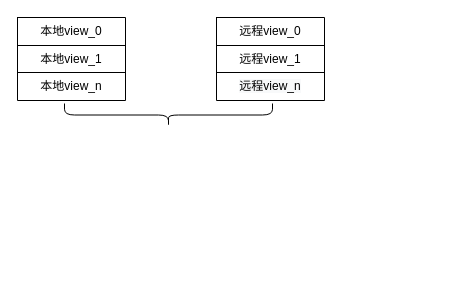
Before: 定制myers.drawio in TimerIzaya/TimerBlogPic, a draw.io diagram. Source tidied: cells renumbered, new cells numbered last; positions are measured from the earlier drawing's top-left corner, leaving out a move shared by most shapes. Both pictures are drawn from the tidied source at 100%, with x=0, y=0 at pixel (17, 17).
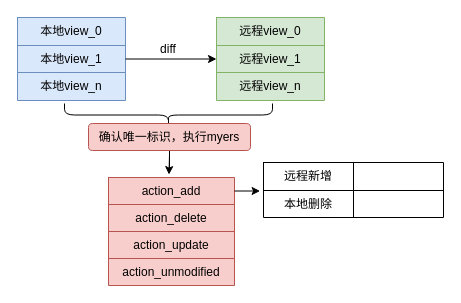
The same page after the edit.

The change refers to these unchanged cells:
```xml
<mxCell id="5" style="shape=tableRow;horizontal=0;startSize=0;swimlaneHead=0;swimlaneBody=0;top=0;left=0;bottom=0;right=0;fillColor=none;points=[[0,0.5],[1,0.5]];portConstraint=eastwest;" parent="2" vertex="1">
  <mxGeometry y="28" width="108" height="27" as="geometry" />
</mxCell>
<mxCell id="12" style="shape=tableRow;horizontal=0;startSize=0;swimlaneHead=0;swimlaneBody=0;top=0;left=0;bottom=0;right=0;fillColor=none;points=[[0,0.5],[1,0.5]];portConstraint=eastwest;" parent="9" vertex="1">
  <mxGeometry y="28" width="108" height="27" as="geometry" />
</mxCell>
<mxCell id="14" style="shape=tableRow;horizontal=0;startSize=0;swimlaneHead=0;swimlaneBody=0;top=0;left=0;bottom=0;right=0;fillColor=none;" parent="9" vertex="1">
  <mxGeometry y="55" width="108" height="28" as="geometry" />
</mxCell>
```

Change to the diagram source:
```diff
@@
-    <mxCell id="2" style="shape=table;html=1;whiteSpace=wrap;startSize=0;childLayout=tableLayout;" parent="1" vertex="1">
+    <mxCell id="2" style="shape=table;html=1;whiteSpace=wrap;startSize=0;childLayout=tableLayout;fillColor=#dae8fc;strokeColor=#6c8ebf;" parent="1" vertex="1">
       <mxGeometry width="108" height="83" as="geometry" />
     </mxCell>
@@
-    <mxCell id="9" style="shape=table;html=1;whiteSpace=wrap;startSize=0;childLayout=tableLayout;" parent="1" vertex="1">
+    <mxCell id="9" style="shape=table;html=1;whiteSpace=wrap;startSize=0;childLayout=tableLayout;fillColor=#d5e8d4;strokeColor=#82b366;" parent="1" vertex="1">
       <mxGeometry x="199" width="108" height="83" as="geometry" />
     </mxCell>
@@
-    <mxCell id="15" value="&lt;span style=&quot;color: rgb(0, 0, 0); font-family: Helvetica; font-size: 12px; font-style: normal; font-variant-ligatures: normal; font-variant-caps: normal; font-weight: 400; letter-spacing: normal; orphans: 2; text-align: center; text-indent: 0px; text-transform: none; widows: 2; word-spacing: 0px; -webkit-text-stroke-width: 0px; background-color: rgb(248, 249, 250); text-decoration-thickness: initial; text-decoration-style: initial; text-decoration-color: initial; float: none; display: inline !important;&quot;&gt;远程view_n&lt;/span&gt;" style="shape=partialRectangle;html=1;whiteSpace=wrap;fillColor=none;top=0;left=0;bottom=0;right=0;overflow=hidden;" parent="14" vertex="1">
+    <mxCell id="15" value="远程view_n" style="shape=partialRectangle;html=1;whiteSpace=wrap;fillColor=none;top=0;left=0;bottom=0;right=0;overflow=hidden;" parent="14" vertex="1">
       <mxGeometry width="108" height="28" as="geometry" />
     </mxCell>
@@
+    <mxCell id="17" style="edgeStyle=orthogonalEdgeStyle;rounded=0;jettySize=auto;html=1;" parent="1" edge="1" source="18">
+      <mxGeometry relative="1" as="geometry">
+        <mxPoint x="151.5" y="157.1" as="targetPoint" />
+      </mxGeometry>
+    </mxCell>
+    <mxCell id="18" value="确认唯一标识，执行myers" style="rounded=1;whiteSpace=wrap;html=1;fillColor=#f8cecc;strokeColor=#b85450;" parent="1" vertex="1">
+      <mxGeometry x="71" y="106" width="162" height="27" as="geometry" />
+    </mxCell>
+    <mxCell id="19" style="shape=table;html=1;whiteSpace=wrap;startSize=0;childLayout=tableLayout;fillColor=#f8cecc;strokeColor=#b85450;" parent="1" vertex="1">
+      <mxGeometry x="91" y="160" width="126" height="108" as="geometry" />
+    </mxCell>
+    <mxCell id="20" style="shape=tableRow;horizontal=0;startSize=0;swimlaneHead=0;swimlaneBody=0;top=0;left=0;bottom=0;right=0;fillColor=none;points=[[0,0.5],[1,0.5]];portConstraint=eastwest;" parent="19" vertex="1">
+      <mxGeometry width="126" height="27" as="geometry" />
+    </mxCell>
+    <mxCell id="21" value="action_add" style="shape=partialRectangle;html=1;whiteSpace=wrap;fillColor=none;top=0;left=0;bottom=0;right=0;overflow=hidden;" parent="20" vertex="1">
+      <mxGeometry width="126" height="27" as="geometry" />
+    </mxCell>
+    <mxCell id="22" style="shape=tableRow;horizontal=0;startSize=0;swimlaneHead=0;swimlaneBody=0;top=0;left=0;bottom=0;right=0;fillColor=none;" parent="19" vertex="1">
+      <mxGeometry y="27" width="126" height="27" as="geometry" />
+    </mxCell>
+    <mxCell id="23" value="action_delete" style="shape=partialRectangle;html=1;whiteSpace=wrap;fillColor=none;top=0;left=0;bottom=0;right=0;overflow=hidden;" parent="22" vertex="1">
+      <mxGeometry width="126" height="27" as="geometry" />
+    </mxCell>
+    <mxCell id="24" style="shape=tableRow;horizontal=0;startSize=0;swimlaneHead=0;swimlaneBody=0;top=0;left=0;bottom=0;right=0;fillColor=none;" parent="19" vertex="1">
+      <mxGeometry y="54" width="126" height="27" as="geometry" />
+    </mxCell>
+    <mxCell id="25" value="action_update" style="shape=partialRectangle;html=1;whiteSpace=wrap;fillColor=none;top=0;left=0;bottom=0;right=0;overflow=hidden;" parent="24" vertex="1">
+      <mxGeometry width="126" height="27" as="geometry" />
+    </mxCell>
+    <mxCell id="26" style="shape=tableRow;horizontal=0;startSize=0;swimlaneHead=0;swimlaneBody=0;top=0;left=0;bottom=0;right=0;fillColor=none;" parent="19" vertex="1">
+      <mxGeometry y="81" width="126" height="27" as="geometry" />
+    </mxCell>
+    <mxCell id="27" value="action_unmodified" style="shape=partialRectangle;html=1;whiteSpace=wrap;fillColor=none;top=0;left=0;bottom=0;right=0;overflow=hidden;" parent="26" vertex="1">
+      <mxGeometry width="126" height="27" as="geometry" />
+    </mxCell>
+    <mxCell id="28" style="edgeStyle=orthogonalEdgeStyle;rounded=0;jettySize=auto;html=1;" parent="1" edge="1" source="20">
+      <mxGeometry relative="1" as="geometry">
+        <mxPoint x="242.6" y="173.5" as="targetPoint" />
+      </mxGeometry>
+    </mxCell>
+    <mxCell id="29" style="shape=table;html=1;whiteSpace=wrap;startSize=0;childLayout=tableLayout;" parent="1" vertex="1">
+      <mxGeometry x="246" y="145" width="180" height="55" as="geometry" />
+    </mxCell>
+    <mxCell id="30" style="shape=tableRow;horizontal=0;startSize=0;swimlaneHead=0;swimlaneBody=0;top=0;left=0;bottom=0;right=0;fillColor=none;" parent="29" vertex="1">
+      <mxGeometry width="180" height="28" as="geometry" />
+    </mxCell>
+    <mxCell id="31" value="远程新增" style="shape=partialRectangle;html=1;whiteSpace=wrap;fillColor=none;top=0;left=0;bottom=0;right=0;overflow=hidden;" parent="30" vertex="1">
+      <mxGeometry width="90" height="28" as="geometry" />
+    </mxCell>
+    <mxCell id="32" style="shape=partialRectangle;html=1;whiteSpace=wrap;fillColor=none;top=0;left=0;bottom=0;right=0;overflow=hidden;" parent="30" vertex="1">
+      <mxGeometry x="90" width="90" height="28" as="geometry" />
+    </mxCell>
+    <mxCell id="33" style="shape=tableRow;horizontal=0;startSize=0;swimlaneHead=0;swimlaneBody=0;top=0;left=0;bottom=0;right=0;fillColor=none;" parent="29" vertex="1">
+      <mxGeometry y="28" width="180" height="27" as="geometry" />
+    </mxCell>
+    <mxCell id="34" value="本地删除" style="shape=partialRectangle;html=1;whiteSpace=wrap;fillColor=none;top=0;left=0;bottom=0;right=0;overflow=hidden;" parent="33" vertex="1">
+      <mxGeometry width="90" height="27" as="geometry" />
+    </mxCell>
+    <mxCell id="35" style="shape=partialRectangle;html=1;whiteSpace=wrap;fillColor=none;top=0;left=0;bottom=0;right=0;overflow=hidden;" parent="33" vertex="1">
+      <mxGeometry x="90" width="90" height="27" as="geometry" />
+    </mxCell>
+    <mxCell id="36" style="edgeStyle=orthogonalEdgeStyle;rounded=0;jettySize=auto;html=1;entryX=0;entryY=0.5;entryDx=0;entryDy=0;" parent="1" edge="1" source="5" target="12">
+      <mxGeometry relative="1" as="geometry" />
+    </mxCell>
+    <mxCell id="37" value="diff" style="text;html=1;strokeColor=none;fillColor=none;align=center;verticalAlign=middle;whiteSpace=wrap;rounded=0;" parent="1" vertex="1">
+      <mxGeometry x="121" y="17" width="60" height="30" as="geometry" />
+    </mxCell>
```
